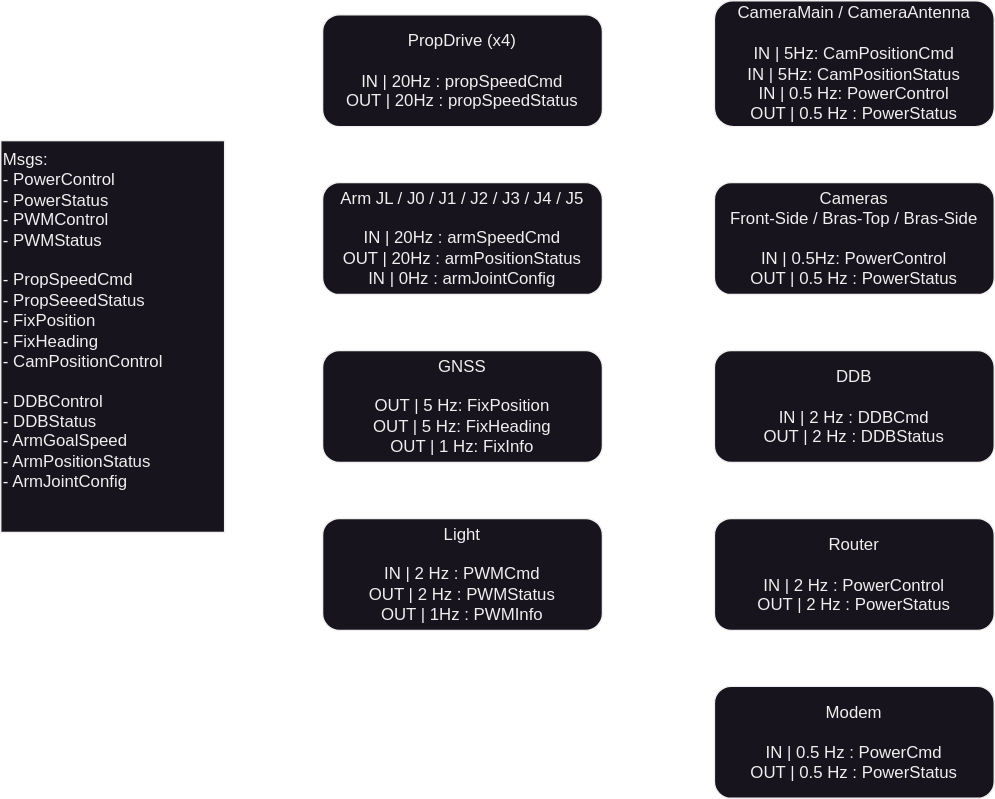
robotique-udes/rover_documentation keeps this draw.io diagram as doc/architecture/can_network.svg. Above is the earlier version. Source tidied: cells renumbered, new cells last; positions are measured from the earlier drawing's top-left corner, leaving out a move shared by most shapes.
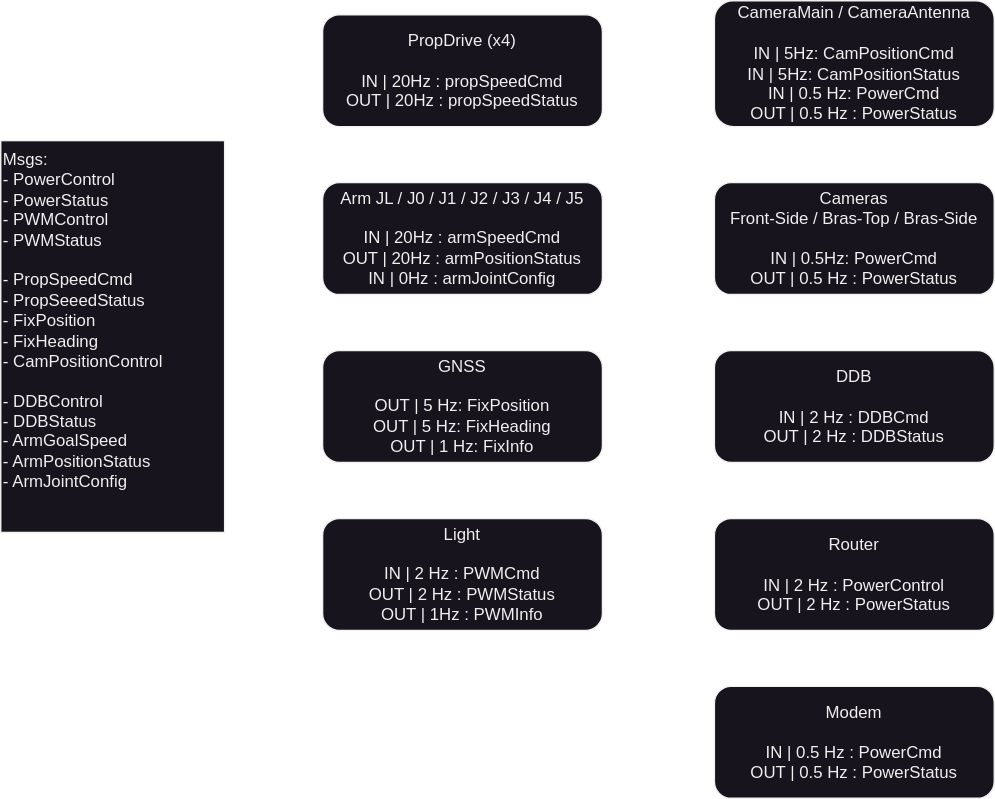
Later version of the same file.

Change to the diagram source:
```diff
@@ -8,10 +8,10 @@
     <mxCell id="3" value="GNSS&lt;br&gt;&lt;br&gt;&lt;div&gt;OUT | 5 Hz: FixPosition&lt;div&gt;OUT | 5 Hz: FixHeading&lt;br&gt;OUT | 1 Hz: FixInfo&lt;/div&gt;&lt;/div&gt;" style="rounded=1;whiteSpace=wrap;html=1;" parent="1" vertex="1">
       <mxGeometry x="230" y="250" width="200" height="80" as="geometry" />
     </mxCell>
-    <mxCell id="4" value="CameraMain / CameraAntenna&lt;div&gt;&lt;br&gt;IN | 5Hz: CamPositionCmd&lt;/div&gt;&lt;div&gt;IN | 5Hz: CamPositionStatus&lt;br&gt;&lt;div&gt;IN | 0.5 Hz: PowerControl&lt;br&gt;&lt;/div&gt;&lt;/div&gt;&lt;div&gt;OUT | 0.5 Hz : PowerStatus&lt;br&gt;&lt;/div&gt;" style="rounded=1;whiteSpace=wrap;html=1;" parent="1" vertex="1">
+    <mxCell id="4" value="CameraMain / CameraAntenna&lt;div&gt;&lt;br&gt;IN | 5Hz: CamPositionCmd&lt;/div&gt;&lt;div&gt;IN | 5Hz: CamPositionStatus&lt;br&gt;&lt;div&gt;IN | 0.5 Hz: PowerCmd&lt;br&gt;&lt;/div&gt;&lt;/div&gt;&lt;div&gt;OUT | 0.5 Hz : PowerStatus&lt;br&gt;&lt;/div&gt;" style="rounded=1;whiteSpace=wrap;html=1;" parent="1" vertex="1">
       <mxGeometry x="510" width="200" height="90" as="geometry" />
     </mxCell>
-    <mxCell id="5" value="Cameras&lt;div&gt;Front-Side / Bras-Top / Bras-Side&lt;/div&gt;&lt;div&gt;&lt;br&gt;&lt;div&gt;IN | 0.5Hz: PowerControl&lt;br&gt;&lt;/div&gt;&lt;/div&gt;&lt;div&gt;OUT | 0.5 Hz : PowerStatus&lt;br&gt;&lt;/div&gt;" style="rounded=1;whiteSpace=wrap;html=1;" parent="1" vertex="1">
+    <mxCell id="5" value="Cameras&lt;div&gt;Front-Side / Bras-Top / Bras-Side&lt;/div&gt;&lt;div&gt;&lt;br&gt;&lt;div&gt;IN | 0.5Hz: PowerCmd&lt;br&gt;&lt;/div&gt;&lt;/div&gt;&lt;div&gt;OUT | 0.5 Hz : PowerStatus&lt;br&gt;&lt;/div&gt;" style="rounded=1;whiteSpace=wrap;html=1;" parent="1" vertex="1">
       <mxGeometry x="510" y="130" width="200" height="80" as="geometry" />
     </mxCell>
     <mxCell id="6" value="Arm JL / J0 / J1 / J2 / J3 / J4 / J5&lt;br&gt;&lt;br&gt;IN | 20Hz : armSpeedCmd&lt;br&gt;OUT | 20Hz : armPositionStatus&lt;div&gt;IN | 0Hz : armJointConfig&lt;/div&gt;" style="rounded=1;whiteSpace=wrap;html=1;" parent="1" vertex="1">
```
